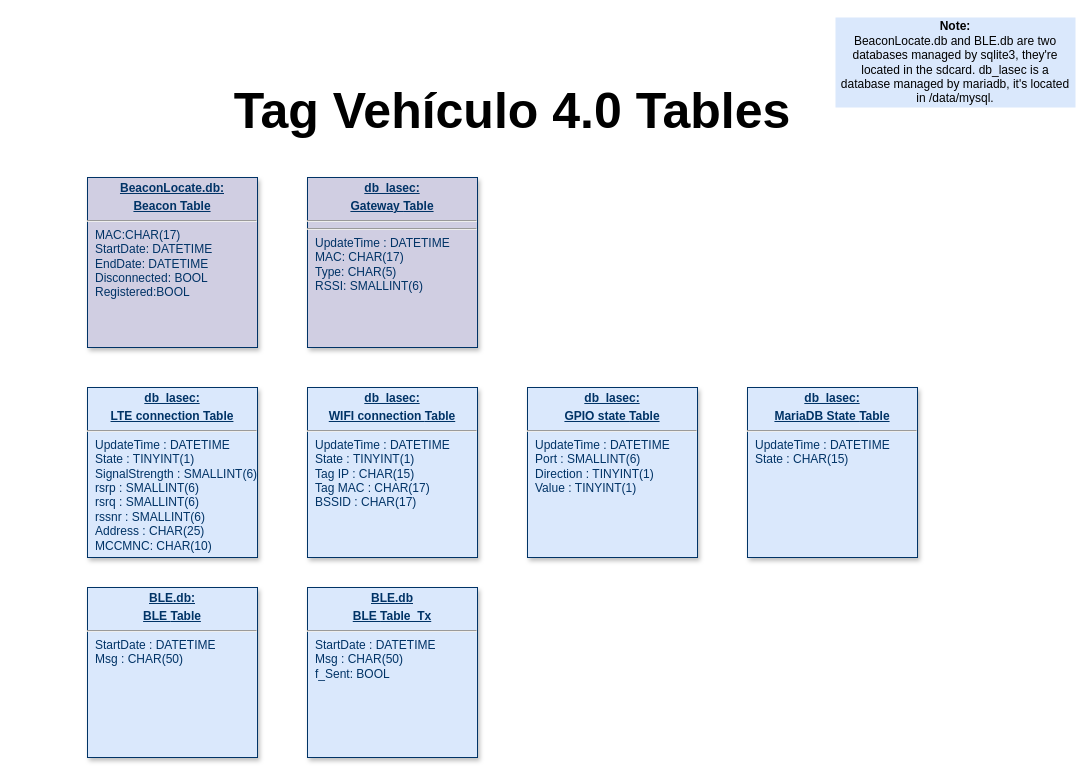
Above: Bases de datos de Tag Vehiculo 4_0.drawio in CesarRodriguez14/Tag_Vehiculo_4_0_Diagramas (draw.io), before the change. Source tidied: cells renumbered, new cells numbered last; positions are measured from the earlier drawing's top-left corner, leaving out a move shared by most shapes. Both pictures are drawn from the tidied source at 100%, with x=0, y=0 at pixel (17, 17).
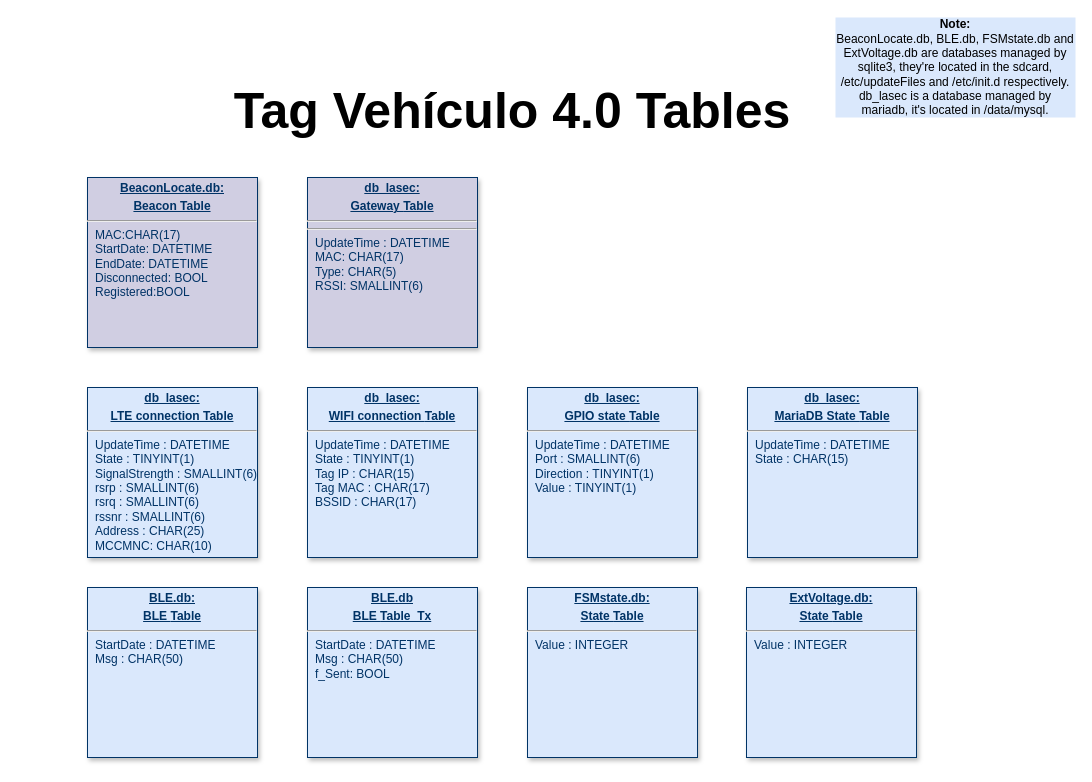
Above is the later version.

What changed in the source:
```diff
@@
 <mxGraphModel>
   <root>
     <mxCell id="0" />
     <mxCell id="1" parent="0" />
     <mxCell id="2" value="&lt;p style=&quot;margin: 0px; margin-top: 4px; text-align: center; text-decoration: underline;&quot;&gt;&lt;b&gt;BLE.db:&lt;/b&gt;&lt;/p&gt;&lt;p style=&quot;margin: 0px; margin-top: 4px; text-align: center; text-decoration: underline;&quot;&gt;&lt;b&gt;BLE&amp;nbsp;&lt;/b&gt;&lt;b style=&quot;background-color: initial;&quot;&gt;Table&lt;/b&gt;&lt;/p&gt;&lt;hr&gt;&lt;p style=&quot;margin: 0px; margin-left: 8px;&quot;&gt;StartDate : DATETIME&lt;/p&gt;&lt;p style=&quot;margin: 0px; margin-left: 8px;&quot;&gt;Msg : CHAR(50)&lt;/p&gt;&lt;p style=&quot;margin: 0px; margin-left: 8px;&quot;&gt;&lt;br&gt;&lt;/p&gt;" style="verticalAlign=top;align=left;overflow=fill;fontSize=12;fontFamily=Helvetica;html=1;strokeColor=#003366;shadow=1;fillColor=#DAE8FC;fontColor=#003366;" parent="1" vertex="1">
       <mxGeometry x="70" y="570" width="170" height="170" as="geometry" />
     </mxCell>
     <mxCell id="3" value="&lt;p style=&quot;margin: 0px; margin-top: 4px; text-align: center; text-decoration: underline;&quot;&gt;&lt;b&gt;BeaconLocate.db:&lt;/b&gt;&lt;/p&gt;&lt;p style=&quot;margin: 0px; margin-top: 4px; text-align: center; text-decoration: underline;&quot;&gt;&lt;b&gt;Beacon Table&lt;/b&gt;&lt;/p&gt;&lt;hr&gt;&lt;p style=&quot;margin: 0px; margin-left: 8px;&quot;&gt;MAC:CHAR(17)&lt;/p&gt;&lt;p style=&quot;margin: 0px; margin-left: 8px;&quot;&gt;StartDate: DATETIME&lt;/p&gt;&lt;p style=&quot;margin: 0px; margin-left: 8px;&quot;&gt;EndDate: DATETIME&lt;/p&gt;&lt;p style=&quot;margin: 0px; margin-left: 8px;&quot;&gt;Disconnected: BOOL&lt;/p&gt;&lt;p style=&quot;margin: 0px; margin-left: 8px;&quot;&gt;Registered:BOOL&lt;/p&gt;" style="verticalAlign=top;align=left;overflow=fill;fontSize=12;fontFamily=Helvetica;html=1;strokeColor=#003366;shadow=1;fillColor=#D0CEE2;fontColor=#003366;" parent="1" vertex="1">
       <mxGeometry x="70" y="160" width="170" height="170" as="geometry" />
     </mxCell>
     <mxCell id="4" value="&lt;p style=&quot;margin: 0px; margin-top: 4px; text-align: center; text-decoration: underline;&quot;&gt;&lt;b&gt;db_lasec:&lt;/b&gt;&lt;/p&gt;&lt;p style=&quot;margin: 0px; margin-top: 4px; text-align: center; text-decoration: underline;&quot;&gt;&lt;b&gt;Gateway&amp;nbsp;&lt;/b&gt;&lt;b style=&quot;background-color: initial;&quot;&gt;Table&lt;/b&gt;&lt;/p&gt;&lt;hr&gt;&lt;hr&gt;&lt;p style=&quot;margin: 0px 0px 0px 8px;&quot;&gt;UpdateTime : DATETIME&lt;/p&gt;&lt;p style=&quot;margin: 0px; margin-left: 8px;&quot;&gt;MAC: CHAR(17)&lt;/p&gt;&lt;p style=&quot;margin: 0px; margin-left: 8px;&quot;&gt;Type: CHAR(5)&lt;/p&gt;&lt;p style=&quot;margin: 0px; margin-left: 8px;&quot;&gt;RSSI: SMALLINT(6)&lt;/p&gt;" style="verticalAlign=top;align=left;overflow=fill;fontSize=12;fontFamily=Helvetica;html=1;strokeColor=#003366;shadow=1;fillColor=#D0CEE2;fontColor=#003366;" parent="1" vertex="1">
       <mxGeometry x="290" y="160" width="170" height="170" as="geometry" />
     </mxCell>
     <mxCell id="5" value="&lt;p style=&quot;margin: 0px; margin-top: 4px; text-align: center; text-decoration: underline;&quot;&gt;&lt;b&gt;db_lasec:&lt;/b&gt;&lt;/p&gt;&lt;p style=&quot;margin: 0px; margin-top: 4px; text-align: center; text-decoration: underline;&quot;&gt;&lt;b&gt;GPIO state&amp;nbsp;&lt;/b&gt;&lt;b style=&quot;background-color: initial;&quot;&gt;Table&lt;/b&gt;&lt;/p&gt;&lt;hr&gt;&lt;p style=&quot;margin: 0px; margin-left: 8px;&quot;&gt;UpdateTime : DATETIME&lt;br&gt;&lt;/p&gt;&lt;p style=&quot;margin: 0px; margin-left: 8px;&quot;&gt;Port : SMALLINT(6)&lt;/p&gt;&lt;p style=&quot;margin: 0px; margin-left: 8px;&quot;&gt;Direction :&amp;nbsp;&lt;span style=&quot;background-color: transparent; color: light-dark(rgb(0, 51, 102), rgb(161, 205, 249));&quot;&gt;TINYINT(1)&lt;/span&gt;&lt;/p&gt;&lt;p style=&quot;margin: 0px; margin-left: 8px;&quot;&gt;Value :&amp;nbsp;&lt;span style=&quot;background-color: transparent; color: light-dark(rgb(0, 51, 102), rgb(161, 205, 249));&quot;&gt;TINYINT(1)&lt;/span&gt;&lt;/p&gt;" style="verticalAlign=top;align=left;overflow=fill;fontSize=12;fontFamily=Helvetica;html=1;strokeColor=#003366;shadow=1;fillColor=#DAE8FC;fontColor=#003366;" parent="1" vertex="1">
       <mxGeometry x="510" y="370" width="170" height="170" as="geometry" />
     </mxCell>
     <mxCell id="6" value="&lt;p style=&quot;margin: 0px; margin-top: 4px; text-align: center; text-decoration: underline;&quot;&gt;&lt;b&gt;db_lasec:&lt;/b&gt;&lt;/p&gt;&lt;p style=&quot;margin: 0px; margin-top: 4px; text-align: center; text-decoration: underline;&quot;&gt;&lt;b style=&quot;background-color: transparent; color: light-dark(rgb(0, 51, 102), rgb(161, 205, 249));&quot;&gt;LTE connection&amp;nbsp;&lt;/b&gt;&lt;b style=&quot;background-color: initial; color: light-dark(rgb(0, 51, 102), rgb(161, 205, 249));&quot;&gt;Table&lt;/b&gt;&lt;/p&gt;&lt;hr&gt;&lt;p style=&quot;margin: 0px; margin-left: 8px;&quot;&gt;UpdateTime : DATETIME&lt;br&gt;&lt;/p&gt;&lt;p style=&quot;margin: 0px; margin-left: 8px;&quot;&gt;State : TINYINT(1)&lt;/p&gt;&lt;p style=&quot;margin: 0px; margin-left: 8px;&quot;&gt;SignalStrength : SMALLINT(6)&lt;/p&gt;&lt;p style=&quot;margin: 0px; margin-left: 8px;&quot;&gt;rsrp : SMALLINT(6)&lt;/p&gt;&lt;p style=&quot;margin: 0px; margin-left: 8px;&quot;&gt;rsrq : SMALLINT(6)&lt;/p&gt;&lt;p style=&quot;margin: 0px; margin-left: 8px;&quot;&gt;rssnr : SMALLINT(6)&lt;/p&gt;&lt;p style=&quot;margin: 0px; margin-left: 8px;&quot;&gt;Address : CHAR(25)&amp;nbsp;&lt;/p&gt;&lt;p style=&quot;margin: 0px; margin-left: 8px;&quot;&gt;MCCMNC: CHAR(10)&lt;/p&gt;" style="verticalAlign=top;align=left;overflow=fill;fontSize=12;fontFamily=Helvetica;html=1;strokeColor=#003366;shadow=1;fillColor=#DAE8FC;fontColor=#003366;" parent="1" vertex="1">
       <mxGeometry x="70" y="370" width="170" height="170" as="geometry" />
     </mxCell>
     <mxCell id="7" value="&lt;p style=&quot;margin: 0px; margin-top: 4px; text-align: center; text-decoration: underline;&quot;&gt;&lt;b&gt;db_lasec:&lt;/b&gt;&lt;/p&gt;&lt;p style=&quot;margin: 0px; margin-top: 4px; text-align: center; text-decoration: underline;&quot;&gt;&lt;b style=&quot;background-color: transparent; color: light-dark(rgb(0, 51, 102), rgb(161, 205, 249));&quot;&gt;MariaDB State&amp;nbsp;&lt;/b&gt;&lt;b style=&quot;background-color: initial; color: light-dark(rgb(0, 51, 102), rgb(161, 205, 249));&quot;&gt;Table&lt;/b&gt;&lt;/p&gt;&lt;hr&gt;&lt;p style=&quot;margin: 0px 0px 0px 8px;&quot;&gt;UpdateTime : DATETIME&lt;/p&gt;&lt;p style=&quot;margin: 0px 0px 0px 8px;&quot;&gt;State : CHAR(15)&lt;/p&gt;&lt;p style=&quot;margin: 0px 0px 0px 8px;&quot;&gt;&lt;br&gt;&lt;/p&gt;" style="verticalAlign=top;align=left;overflow=fill;fontSize=12;fontFamily=Helvetica;html=1;strokeColor=#003366;shadow=1;fillColor=#DAE8FC;fontColor=#003366;" parent="1" vertex="1">
       <mxGeometry x="730" y="370" width="170" height="170" as="geometry" />
     </mxCell>
     <mxCell id="8" value="&lt;p style=&quot;margin: 0px; margin-top: 4px; text-align: center; text-decoration: underline;&quot;&gt;&lt;b&gt;db_lasec:&lt;/b&gt;&lt;/p&gt;&lt;p style=&quot;margin: 0px; margin-top: 4px; text-align: center; text-decoration: underline;&quot;&gt;&lt;b&gt;WIFI connection&amp;nbsp;&lt;/b&gt;&lt;b style=&quot;background-color: initial;&quot;&gt;Table&lt;/b&gt;&lt;/p&gt;&lt;hr&gt;&lt;p style=&quot;margin: 0px; margin-left: 8px;&quot;&gt;UpdateTime : DATETIME&lt;/p&gt;&lt;p style=&quot;margin: 0px; margin-left: 8px;&quot;&gt;State :&amp;nbsp;&lt;span style=&quot;background-color: transparent; color: light-dark(rgb(0, 51, 102), rgb(161, 205, 249));&quot;&gt;TINYINT(1)&lt;/span&gt;&lt;/p&gt;&lt;p style=&quot;margin: 0px; margin-left: 8px;&quot;&gt;Tag IP :&amp;nbsp;&lt;span style=&quot;background-color: initial;&quot;&gt;CHAR(15)&lt;/span&gt;&lt;/p&gt;&lt;p style=&quot;margin: 0px; margin-left: 8px;&quot;&gt;Tag MAC : CHAR(17)&lt;/p&gt;&lt;p style=&quot;margin: 0px; margin-left: 8px;&quot;&gt;BSSID : CHAR(17)&lt;/p&gt;&lt;p style=&quot;margin: 0px; margin-left: 8px;&quot;&gt;&lt;br&gt;&lt;/p&gt;" style="verticalAlign=top;align=left;overflow=fill;fontSize=12;fontFamily=Helvetica;html=1;strokeColor=#003366;shadow=1;fillColor=#DAE8FC;fontColor=#003366;" parent="1" vertex="1">
       <mxGeometry x="290" y="370" width="170" height="170" as="geometry" />
     </mxCell>
     <mxCell id="9" value="Tag Vehículo 4.0 Tables" style="text;html=1;align=center;verticalAlign=middle;whiteSpace=wrap;rounded=0;fontSize=50;fontStyle=1;" parent="1" vertex="1">
       <mxGeometry y="68" width="990" height="50" as="geometry" />
     </mxCell>
     <mxCell id="10" value="&lt;p style=&quot;margin: 0px; margin-top: 4px; text-align: center; text-decoration: underline;&quot;&gt;&lt;b&gt;BLE.db&lt;/b&gt;&lt;/p&gt;&lt;p style=&quot;margin: 0px; margin-top: 4px; text-align: center; text-decoration: underline;&quot;&gt;&lt;b&gt;BLE&amp;nbsp;&lt;/b&gt;&lt;b style=&quot;background-color: initial;&quot;&gt;Table_Tx&lt;/b&gt;&lt;/p&gt;&lt;hr&gt;&lt;p style=&quot;margin: 0px 0px 0px 8px;&quot;&gt;StartDate : DATETIME&lt;/p&gt;&lt;p style=&quot;margin: 0px 0px 0px 8px;&quot;&gt;Msg : CHAR(50)&lt;/p&gt;&lt;p style=&quot;margin: 0px 0px 0px 8px;&quot;&gt;f_Sent: BOOL&lt;/p&gt;" style="verticalAlign=top;align=left;overflow=fill;fontSize=12;fontFamily=Helvetica;html=1;strokeColor=#003366;shadow=1;fillColor=#DAE8FC;fontColor=#003366;" parent="1" vertex="1">
       <mxGeometry x="290" y="570" width="170" height="170" as="geometry" />
     </mxCell>
-    <mxCell id="11" value="&lt;b&gt;Note:&lt;/b&gt;&lt;div&gt;BeaconLocate.db and BLE.db are two databases managed by sqlite3, they're located in the sdcard. db_lasec is a database managed by mariadb, it's located in /data/mysql.&lt;/div&gt;" style="text;html=1;align=center;verticalAlign=middle;whiteSpace=wrap;rounded=0;fillColor=#DAE8FC;" parent="1" vertex="1">
-      <mxGeometry x="818" width="240" height="90" as="geometry" />
+    <mxCell id="11" value="&lt;b&gt;Note:&lt;/b&gt;&lt;div&gt;BeaconLocate.db, BLE.db, FSMstate.db and ExtVoltage.db are databases managed by sqlite3, they're located in the sdcard, /etc/updateFiles and /etc/init.d respectively. db_lasec is a database managed by mariadb, it's located in /data/mysql.&lt;/div&gt;" style="text;html=1;align=center;verticalAlign=middle;whiteSpace=wrap;rounded=0;fillColor=#DAE8FC;" parent="1" vertex="1">
+      <mxGeometry x="818" width="240" height="100" as="geometry" />
     </mxCell>
+    <mxCell id="12" value="&lt;p style=&quot;margin: 0px; margin-top: 4px; text-align: center; text-decoration: underline;&quot;&gt;&lt;b&gt;ExtVoltage.db:&lt;/b&gt;&lt;/p&gt;&lt;p style=&quot;margin: 0px; margin-top: 4px; text-align: center; text-decoration: underline;&quot;&gt;&lt;b&gt;State&amp;nbsp;&lt;/b&gt;&lt;b style=&quot;background-color: initial;&quot;&gt;Table&lt;/b&gt;&lt;/p&gt;&lt;hr&gt;&lt;p style=&quot;margin: 0px; margin-left: 8px;&quot;&gt;Value : INTEGER&lt;/p&gt;&lt;p style=&quot;margin: 0px; margin-left: 8px;&quot;&gt;&lt;br&gt;&lt;/p&gt;" style="verticalAlign=top;align=left;overflow=fill;fontSize=12;fontFamily=Helvetica;html=1;strokeColor=#003366;shadow=1;fillColor=#DAE8FC;fontColor=#003366;" parent="1" vertex="1">
+      <mxGeometry x="729" y="570" width="170" height="170" as="geometry" />
+    </mxCell>
+    <mxCell id="13" value="&lt;p style=&quot;margin: 0px; margin-top: 4px; text-align: center; text-decoration: underline;&quot;&gt;&lt;b&gt;FSMstate.db:&lt;/b&gt;&lt;/p&gt;&lt;p style=&quot;margin: 0px; margin-top: 4px; text-align: center; text-decoration: underline;&quot;&gt;&lt;b&gt;State&amp;nbsp;&lt;/b&gt;&lt;b style=&quot;background-color: initial;&quot;&gt;Table&lt;/b&gt;&lt;/p&gt;&lt;hr&gt;&lt;p style=&quot;margin: 0px; margin-left: 8px;&quot;&gt;Value : INTEGER&lt;/p&gt;&lt;p style=&quot;margin: 0px; margin-left: 8px;&quot;&gt;&lt;br&gt;&lt;/p&gt;" style="verticalAlign=top;align=left;overflow=fill;fontSize=12;fontFamily=Helvetica;html=1;strokeColor=#003366;shadow=1;fillColor=#DAE8FC;fontColor=#003366;" parent="1" vertex="1">
+      <mxGeometry x="510" y="570" width="170" height="170" as="geometry" />
+    </mxCell>
   </root>
 </mxGraphModel>
```
